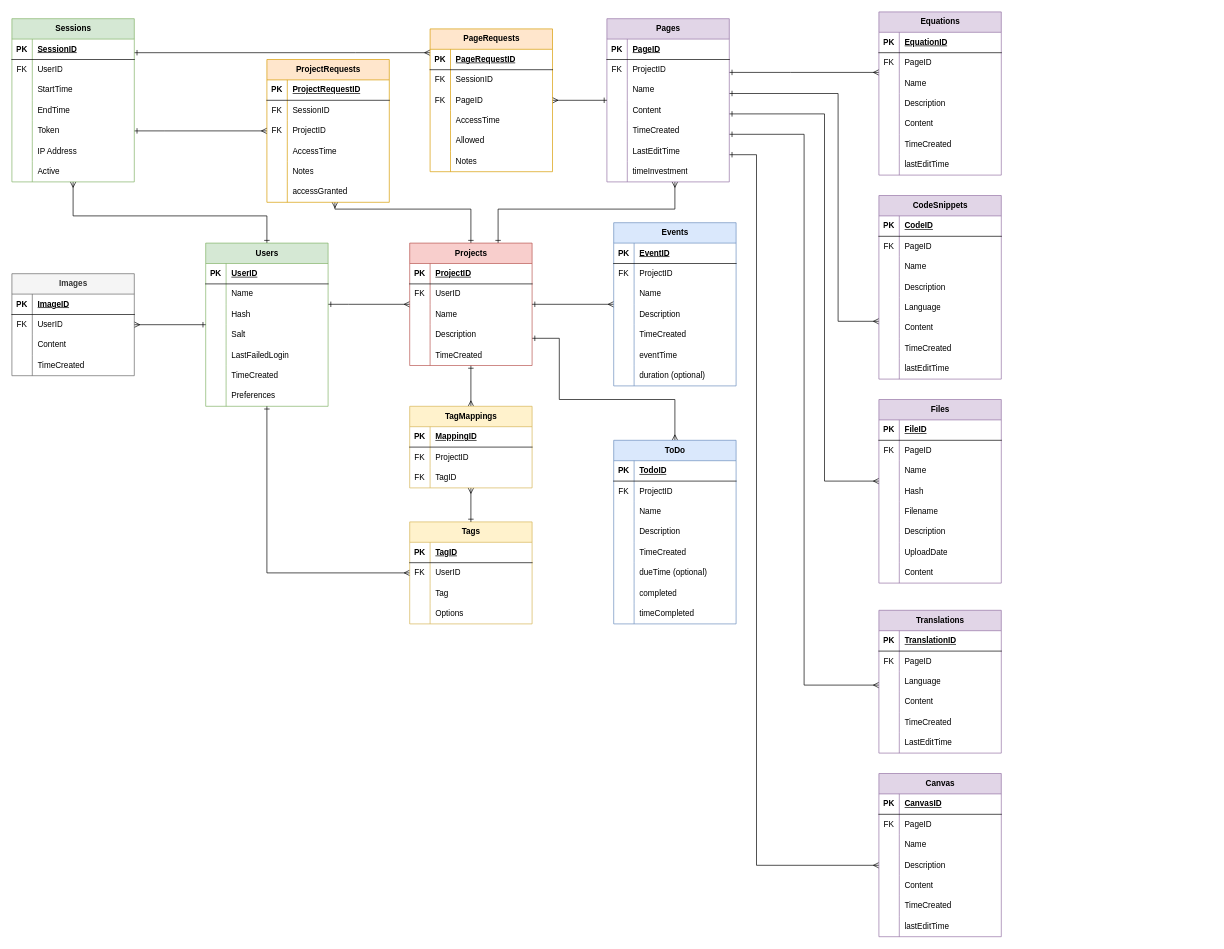
The draw.io diagram assets/ERD.drawio in Maple-Lazuli/one-place-v3, before the edit. Source tidied: cells renumbered, new cells numbered last; positions are measured from the earlier drawing's top-left corner, leaving out a move shared by most shapes. Both pictures are drawn from the tidied source at 68%, with x=0, y=0 at pixel (12, 12).
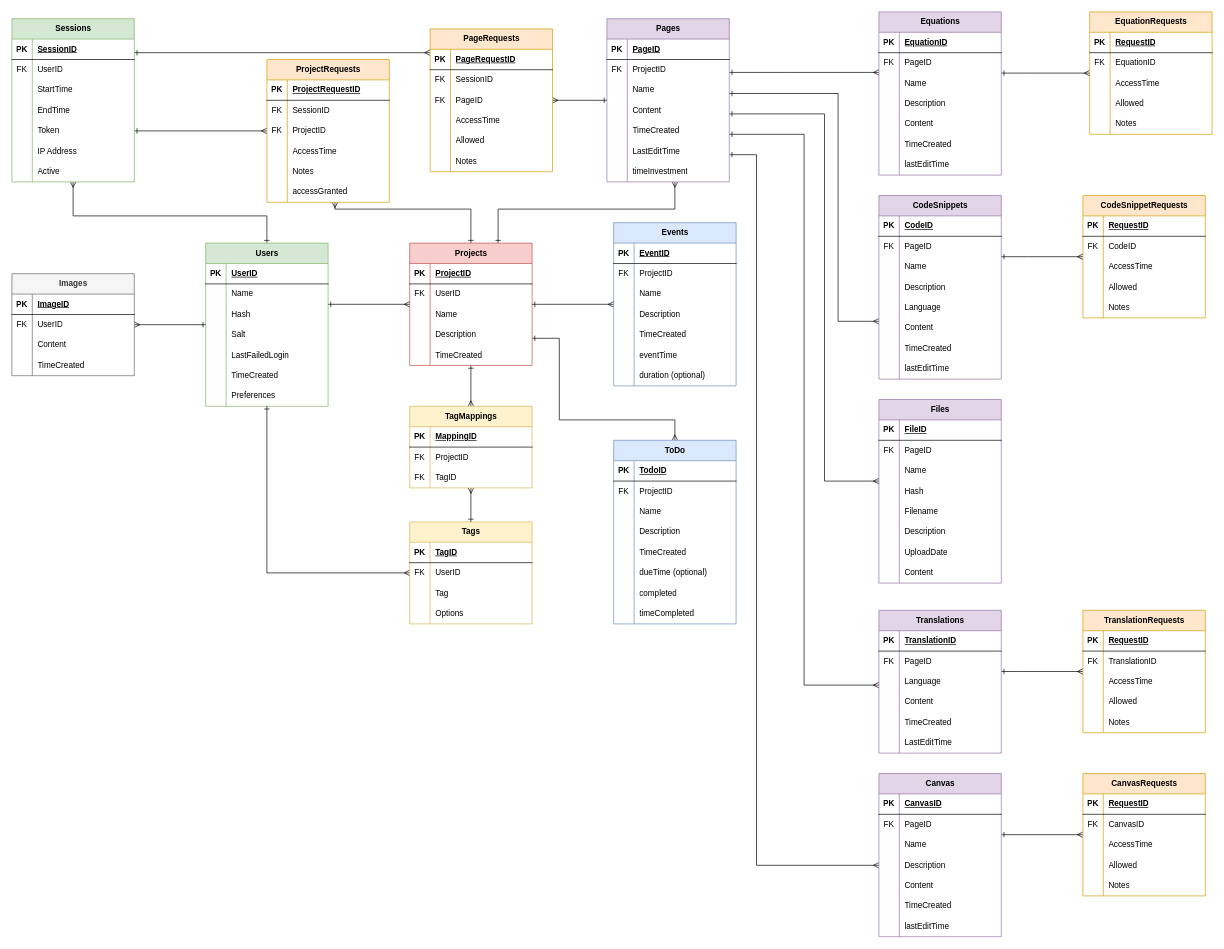
After the change.

Commit message (it also covers changes not shown here):
updated the erd, init sql, and started updated the logging

The change refers to these unchanged cells:
```xml
<mxCell id="81" value="Projects" style="shape=table;startSize=30;childLayout=tableLayout;rowLines=0;fontStyle=1;align=center;html=1;fillColor=#f8cecc;strokeColor=#b85450;" parent="1" vertex="1">
  <mxGeometry x="585" y="340" width="180" height="180" as="geometry" />
</mxCell>
<mxCell id="122" value="CodeSnippets" style="shape=table;startSize=30;childLayout=tableLayout;rowLines=0;fontStyle=1;align=center;html=1;fillColor=#e1d5e7;strokeColor=#9673a6;" parent="1" vertex="1">
  <mxGeometry x="1275" y="270" width="180" height="270" as="geometry" />
</mxCell>
<mxCell id="147" value="Equations" style="shape=table;startSize=30;childLayout=tableLayout;rowLines=0;fontStyle=1;align=center;html=1;fillColor=#e1d5e7;strokeColor=#9673a6;" parent="1" vertex="1">
  <mxGeometry x="1275" width="180" height="240" as="geometry" />
</mxCell>
<mxCell id="231" value="ToDo" style="shape=table;startSize=30;childLayout=tableLayout;rowLines=0;fontStyle=1;align=center;html=1;fillColor=#dae8fc;strokeColor=#6c8ebf;" parent="1" vertex="1">
  <mxGeometry x="885" y="630" width="180" height="270" as="geometry" />
</mxCell>
<mxCell id="295" value="Translations" style="shape=table;startSize=30;childLayout=tableLayout;rowLines=0;fontStyle=1;align=center;html=1;fillColor=#e1d5e7;strokeColor=#9673a6;" parent="1" vertex="1">
  <mxGeometry x="1275" y="880" width="180" height="210" as="geometry" />
</mxCell>
<mxCell id="314" value="Canvas" style="shape=table;startSize=30;childLayout=tableLayout;rowLines=0;fontStyle=1;align=center;html=1;fillColor=#e1d5e7;strokeColor=#9673a6;" parent="1" vertex="1">
  <mxGeometry x="1275" y="1120" width="180" height="240" as="geometry" />
</mxCell>
```

The edit, as a diff of the source:
```diff
@@
     <mxCell id="79" style="edgeStyle=orthogonalEdgeStyle;rounded=0;jettySize=auto;html=1;endArrow=ERmany;endFill=0;startArrow=ERone;startFill=0;" parent="1" edge="1" source="81" target="231">
       <mxGeometry relative="1" as="geometry">
         <Array as="points">
           <mxPoint x="805" y="480" />
-          <mxPoint x="805" y="570" />
-          <mxPoint x="975" y="570" />
+          <mxPoint x="805" y="600" />
+          <mxPoint x="975" y="600" />
         </Array>
       </mxGeometry>
     </mxCell>
@@
+    <mxCell id="336" style="edgeStyle=orthogonalEdgeStyle;rounded=0;jettySize=auto;html=1;endArrow=ERmany;endFill=0;startArrow=ERone;startFill=0;" parent="1" edge="1" source="122" target="356">
+      <mxGeometry relative="1" as="geometry">
+        <Array as="points">
+          <mxPoint x="1495" y="360" />
+          <mxPoint x="1495" y="360" />
+        </Array>
+      </mxGeometry>
+    </mxCell>
@@
+    <mxCell id="337" style="edgeStyle=orthogonalEdgeStyle;rounded=0;jettySize=auto;html=1;endArrow=ERmany;endFill=0;startArrow=ERone;startFill=0;" parent="1" edge="1" source="147" target="340">
+      <mxGeometry relative="1" as="geometry">
+        <Array as="points">
+          <mxPoint x="1495" y="90" />
+          <mxPoint x="1495" y="90" />
+        </Array>
+      </mxGeometry>
+    </mxCell>
@@
+    <mxCell id="338" style="edgeStyle=orthogonalEdgeStyle;rounded=0;jettySize=auto;html=1;endArrow=ERmany;endFill=0;startArrow=ERone;startFill=0;" parent="1" edge="1" source="295" target="372">
+      <mxGeometry relative="1" as="geometry">
+        <Array as="points">
+          <mxPoint x="1485" y="970" />
+          <mxPoint x="1485" y="970" />
+        </Array>
+      </mxGeometry>
+    </mxCell>
@@
+    <mxCell id="339" style="edgeStyle=orthogonalEdgeStyle;rounded=0;jettySize=auto;html=1;endArrow=ERmany;endFill=0;startArrow=ERone;startFill=0;" parent="1" edge="1" source="314" target="388">
+      <mxGeometry relative="1" as="geometry">
+        <Array as="points">
+          <mxPoint x="1485" y="1210" />
+          <mxPoint x="1485" y="1210" />
+        </Array>
+      </mxGeometry>
+    </mxCell>
@@
+    <mxCell id="340" value="EquationRequests" style="shape=table;startSize=30;childLayout=tableLayout;rowLines=0;fontStyle=1;align=center;html=1;fillColor=#ffe6cc;strokeColor=#d79b00;" parent="1" vertex="1">
+      <mxGeometry x="1585" width="180" height="180" as="geometry" />
+    </mxCell>
+    <mxCell id="341" style="shape=tableRow;horizontal=0;startSize=0;swimlaneHead=0;swimlaneBody=0;fillColor=none;top=0;left=0;right=0;bottom=1;" parent="340" vertex="1">
+      <mxGeometry y="30" width="180" height="30" as="geometry" />
+    </mxCell>
+    <mxCell id="342" value="PK" style="shape=partialRectangle;fillColor=none;top=0;left=0;bottom=0;right=0;fontStyle=1;overflow=hidden;whiteSpace=wrap;html=1;" parent="341" vertex="1">
+      <mxGeometry width="30" height="30" as="geometry" />
+    </mxCell>
+    <mxCell id="343" value="RequestID" style="shape=partialRectangle;fillColor=none;top=0;left=0;bottom=0;right=0;align=left;spacingLeft=6;fontStyle=5;overflow=hidden;whiteSpace=wrap;html=1;" parent="341" vertex="1">
+      <mxGeometry x="30" width="150" height="30" as="geometry" />
+    </mxCell>
+    <mxCell id="344" style="shape=tableRow;horizontal=0;startSize=0;swimlaneHead=0;swimlaneBody=0;fillColor=none;top=0;left=0;right=0;bottom=0;" parent="340" vertex="1">
+      <mxGeometry y="60" width="180" height="30" as="geometry" />
+    </mxCell>
+    <mxCell id="345" value="FK" style="shape=partialRectangle;fillColor=none;top=0;left=0;bottom=0;right=0;overflow=hidden;whiteSpace=wrap;html=1;" parent="344" vertex="1">
+      <mxGeometry width="30" height="30" as="geometry" />
+    </mxCell>
+    <mxCell id="346" value="EquationID" style="shape=partialRectangle;fillColor=none;top=0;left=0;bottom=0;right=0;align=left;spacingLeft=6;overflow=hidden;whiteSpace=wrap;html=1;" parent="344" vertex="1">
+      <mxGeometry x="30" width="150" height="30" as="geometry" />
+    </mxCell>
+    <mxCell id="347" style="shape=tableRow;horizontal=0;startSize=0;swimlaneHead=0;swimlaneBody=0;fillColor=none;top=0;left=0;right=0;bottom=0;" parent="340" vertex="1">
+      <mxGeometry y="90" width="180" height="30" as="geometry" />
+    </mxCell>
+    <mxCell id="348" style="shape=partialRectangle;fillColor=none;top=0;left=0;bottom=0;right=0;overflow=hidden;whiteSpace=wrap;html=1;" parent="347" vertex="1">
+      <mxGeometry width="30" height="30" as="geometry" />
+    </mxCell>
+    <mxCell id="349" value="AccessTime" style="shape=partialRectangle;fillColor=none;top=0;left=0;bottom=0;right=0;align=left;spacingLeft=6;overflow=hidden;whiteSpace=wrap;html=1;" parent="347" vertex="1">
+      <mxGeometry x="30" width="150" height="30" as="geometry" />
+    </mxCell>
+    <mxCell id="350" style="shape=tableRow;horizontal=0;startSize=0;swimlaneHead=0;swimlaneBody=0;fillColor=none;top=0;left=0;right=0;bottom=0;" parent="340" vertex="1">
+      <mxGeometry y="120" width="180" height="30" as="geometry" />
+    </mxCell>
+    <mxCell id="351" style="shape=partialRectangle;fillColor=none;top=0;left=0;bottom=0;right=0;overflow=hidden;whiteSpace=wrap;html=1;" parent="350" vertex="1">
+      <mxGeometry width="30" height="30" as="geometry" />
+    </mxCell>
+    <mxCell id="352" value="Allowed" style="shape=partialRectangle;fillColor=none;top=0;left=0;bottom=0;right=0;align=left;spacingLeft=6;overflow=hidden;whiteSpace=wrap;html=1;" parent="350" vertex="1">
+      <mxGeometry x="30" width="150" height="30" as="geometry" />
+    </mxCell>
+    <mxCell id="353" style="shape=tableRow;horizontal=0;startSize=0;swimlaneHead=0;swimlaneBody=0;fillColor=none;top=0;left=0;right=0;bottom=0;" parent="340" vertex="1">
+      <mxGeometry y="150" width="180" height="30" as="geometry" />
+    </mxCell>
+    <mxCell id="354" style="shape=partialRectangle;fillColor=none;top=0;left=0;bottom=0;right=0;overflow=hidden;whiteSpace=wrap;html=1;" parent="353" vertex="1">
+      <mxGeometry width="30" height="30" as="geometry" />
+    </mxCell>
+    <mxCell id="355" value="Notes" style="shape=partialRectangle;fillColor=none;top=0;left=0;bottom=0;right=0;align=left;spacingLeft=6;overflow=hidden;whiteSpace=wrap;html=1;" parent="353" vertex="1">
+      <mxGeometry x="30" width="150" height="30" as="geometry" />
+    </mxCell>
+    <mxCell id="356" value="CodeSnippetRequests" style="shape=table;startSize=30;childLayout=tableLayout;rowLines=0;fontStyle=1;align=center;html=1;fillColor=#ffe6cc;strokeColor=#d79b00;" parent="1" vertex="1">
+      <mxGeometry x="1575" y="270" width="180" height="180" as="geometry" />
+    </mxCell>
+    <mxCell id="357" style="shape=tableRow;horizontal=0;startSize=0;swimlaneHead=0;swimlaneBody=0;fillColor=none;top=0;left=0;right=0;bottom=1;" parent="356" vertex="1">
+      <mxGeometry y="30" width="180" height="30" as="geometry" />
+    </mxCell>
+    <mxCell id="358" value="PK" style="shape=partialRectangle;fillColor=none;top=0;left=0;bottom=0;right=0;fontStyle=1;overflow=hidden;whiteSpace=wrap;html=1;" parent="357" vertex="1">
+      <mxGeometry width="30" height="30" as="geometry" />
+    </mxCell>
+    <mxCell id="359" value="RequestID" style="shape=partialRectangle;fillColor=none;top=0;left=0;bottom=0;right=0;align=left;spacingLeft=6;fontStyle=5;overflow=hidden;whiteSpace=wrap;html=1;" parent="357" vertex="1">
+      <mxGeometry x="30" width="150" height="30" as="geometry" />
+    </mxCell>
+    <mxCell id="360" style="shape=tableRow;horizontal=0;startSize=0;swimlaneHead=0;swimlaneBody=0;fillColor=none;top=0;left=0;right=0;bottom=0;" parent="356" vertex="1">
+      <mxGeometry y="60" width="180" height="30" as="geometry" />
+    </mxCell>
+    <mxCell id="361" value="FK" style="shape=partialRectangle;fillColor=none;top=0;left=0;bottom=0;right=0;overflow=hidden;whiteSpace=wrap;html=1;" parent="360" vertex="1">
+      <mxGeometry width="30" height="30" as="geometry" />
+    </mxCell>
+    <mxCell id="362" value="CodeID" style="shape=partialRectangle;fillColor=none;top=0;left=0;bottom=0;right=0;align=left;spacingLeft=6;overflow=hidden;whiteSpace=wrap;html=1;" parent="360" vertex="1">
+      <mxGeometry x="30" width="150" height="30" as="geometry" />
+    </mxCell>
+    <mxCell id="363" style="shape=tableRow;horizontal=0;startSize=0;swimlaneHead=0;swimlaneBody=0;fillColor=none;top=0;left=0;right=0;bottom=0;" parent="356" vertex="1">
+      <mxGeometry y="90" width="180" height="30" as="geometry" />
+    </mxCell>
+    <mxCell id="364" style="shape=partialRectangle;fillColor=none;top=0;left=0;bottom=0;right=0;overflow=hidden;whiteSpace=wrap;html=1;" parent="363" vertex="1">
+      <mxGeometry width="30" height="30" as="geometry" />
+    </mxCell>
+    <mxCell id="365" value="AccessTime" style="shape=partialRectangle;fillColor=none;top=0;left=0;bottom=0;right=0;align=left;spacingLeft=6;overflow=hidden;whiteSpace=wrap;html=1;" parent="363" vertex="1">
+      <mxGeometry x="30" width="150" height="30" as="geometry" />
+    </mxCell>
+    <mxCell id="366" style="shape=tableRow;horizontal=0;startSize=0;swimlaneHead=0;swimlaneBody=0;fillColor=none;top=0;left=0;right=0;bottom=0;" parent="356" vertex="1">
+      <mxGeometry y="120" width="180" height="30" as="geometry" />
+    </mxCell>
+    <mxCell id="367" style="shape=partialRectangle;fillColor=none;top=0;left=0;bottom=0;right=0;overflow=hidden;whiteSpace=wrap;html=1;" parent="366" vertex="1">
+      <mxGeometry width="30" height="30" as="geometry" />
+    </mxCell>
+    <mxCell id="368" value="Allowed" style="shape=partialRectangle;fillColor=none;top=0;left=0;bottom=0;right=0;align=left;spacingLeft=6;overflow=hidden;whiteSpace=wrap;html=1;" parent="366" vertex="1">
+      <mxGeometry x="30" width="150" height="30" as="geometry" />
+    </mxCell>
+    <mxCell id="369" style="shape=tableRow;horizontal=0;startSize=0;swimlaneHead=0;swimlaneBody=0;fillColor=none;top=0;left=0;right=0;bottom=0;" parent="356" vertex="1">
+      <mxGeometry y="150" width="180" height="30" as="geometry" />
+    </mxCell>
+    <mxCell id="370" style="shape=partialRectangle;fillColor=none;top=0;left=0;bottom=0;right=0;overflow=hidden;whiteSpace=wrap;html=1;" parent="369" vertex="1">
+      <mxGeometry width="30" height="30" as="geometry" />
+    </mxCell>
+    <mxCell id="371" value="Notes" style="shape=partialRectangle;fillColor=none;top=0;left=0;bottom=0;right=0;align=left;spacingLeft=6;overflow=hidden;whiteSpace=wrap;html=1;" parent="369" vertex="1">
+      <mxGeometry x="30" width="150" height="30" as="geometry" />
+    </mxCell>
+    <mxCell id="372" value="TranslationRequests" style="shape=table;startSize=30;childLayout=tableLayout;rowLines=0;fontStyle=1;align=center;html=1;fillColor=#ffe6cc;strokeColor=#d79b00;" parent="1" vertex="1">
+      <mxGeometry x="1575" y="880" width="180" height="180" as="geometry" />
+    </mxCell>
+    <mxCell id="373" style="shape=tableRow;horizontal=0;startSize=0;swimlaneHead=0;swimlaneBody=0;fillColor=none;top=0;left=0;right=0;bottom=1;" parent="372" vertex="1">
+      <mxGeometry y="30" width="180" height="30" as="geometry" />
+    </mxCell>
+    <mxCell id="374" value="PK" style="shape=partialRectangle;fillColor=none;top=0;left=0;bottom=0;right=0;fontStyle=1;overflow=hidden;whiteSpace=wrap;html=1;" parent="373" vertex="1">
+      <mxGeometry width="30" height="30" as="geometry" />
+    </mxCell>
+    <mxCell id="375" value="RequestID" style="shape=partialRectangle;fillColor=none;top=0;left=0;bottom=0;right=0;align=left;spacingLeft=6;fontStyle=5;overflow=hidden;whiteSpace=wrap;html=1;" parent="373" vertex="1">
+      <mxGeometry x="30" width="150" height="30" as="geometry" />
+    </mxCell>
+    <mxCell id="376" style="shape=tableRow;horizontal=0;startSize=0;swimlaneHead=0;swimlaneBody=0;fillColor=none;top=0;left=0;right=0;bottom=0;" parent="372" vertex="1">
+      <mxGeometry y="60" width="180" height="30" as="geometry" />
+    </mxCell>
+    <mxCell id="377" value="FK" style="shape=partialRectangle;fillColor=none;top=0;left=0;bottom=0;right=0;overflow=hidden;whiteSpace=wrap;html=1;" parent="376" vertex="1">
+      <mxGeometry width="30" height="30" as="geometry" />
+    </mxCell>
+    <mxCell id="378" value="TranslationID" style="shape=partialRectangle;fillColor=none;top=0;left=0;bottom=0;right=0;align=left;spacingLeft=6;overflow=hidden;whiteSpace=wrap;html=1;" parent="376" vertex="1">
+      <mxGeometry x="30" width="150" height="30" as="geometry" />
+    </mxCell>
+    <mxCell id="379" style="shape=tableRow;horizontal=0;startSize=0;swimlaneHead=0;swimlaneBody=0;fillColor=none;top=0;left=0;right=0;bottom=0;" parent="372" vertex="1">
+      <mxGeometry y="90" width="180" height="30" as="geometry" />
+    </mxCell>
+    <mxCell id="380" style="shape=partialRectangle;fillColor=none;top=0;left=0;bottom=0;right=0;overflow=hidden;whiteSpace=wrap;html=1;" parent="379" vertex="1">
+      <mxGeometry width="30" height="30" as="geometry" />
+    </mxCell>
+    <mxCell id="381" value="AccessTime" style="shape=partialRectangle;fillColor=none;top=0;left=0;bottom=0;right=0;align=left;spacingLeft=6;overflow=hidden;whiteSpace=wrap;html=1;" parent="379" vertex="1">
+      <mxGeometry x="30" width="150" height="30" as="geometry" />
+    </mxCell>
+    <mxCell id="382" style="shape=tableRow;horizontal=0;startSize=0;swimlaneHead=0;swimlaneBody=0;fillColor=none;top=0;left=0;right=0;bottom=0;" parent="372" vertex="1">
+      <mxGeometry y="120" width="180" height="30" as="geometry" />
+    </mxCell>
+    <mxCell id="383" style="shape=partialRectangle;fillColor=none;top=0;left=0;bottom=0;right=0;overflow=hidden;whiteSpace=wrap;html=1;" parent="382" vertex="1">
+      <mxGeometry width="30" height="30" as="geometry" />
+    </mxCell>
+    <mxCell id="384" value="Allowed" style="shape=partialRectangle;fillColor=none;top=0;left=0;bottom=0;right=0;align=left;spacingLeft=6;overflow=hidden;whiteSpace=wrap;html=1;" parent="382" vertex="1">
+      <mxGeometry x="30" width="150" height="30" as="geometry" />
+    </mxCell>
+    <mxCell id="385" style="shape=tableRow;horizontal=0;startSize=0;swimlaneHead=0;swimlaneBody=0;fillColor=none;top=0;left=0;right=0;bottom=0;" parent="372" vertex="1">
+      <mxGeometry y="150" width="180" height="30" as="geometry" />
+    </mxCell>
+    <mxCell id="386" style="shape=partialRectangle;fillColor=none;top=0;left=0;bottom=0;right=0;overflow=hidden;whiteSpace=wrap;html=1;" parent="385" vertex="1">
+      <mxGeometry width="30" height="30" as="geometry" />
+    </mxCell>
+    <mxCell id="387" value="Notes" style="shape=partialRectangle;fillColor=none;top=0;left=0;bottom=0;right=0;align=left;spacingLeft=6;overflow=hidden;whiteSpace=wrap;html=1;" parent="385" vertex="1">
+      <mxGeometry x="30" width="150" height="30" as="geometry" />
+    </mxCell>
+    <mxCell id="388" value="CanvasRequests" style="shape=table;startSize=30;childLayout=tableLayout;rowLines=0;fontStyle=1;align=center;html=1;fillColor=#ffe6cc;strokeColor=#d79b00;" parent="1" vertex="1">
+      <mxGeometry x="1575" y="1120" width="180" height="180" as="geometry" />
+    </mxCell>
+    <mxCell id="389" style="shape=tableRow;horizontal=0;startSize=0;swimlaneHead=0;swimlaneBody=0;fillColor=none;top=0;left=0;right=0;bottom=1;" parent="388" vertex="1">
+      <mxGeometry y="30" width="180" height="30" as="geometry" />
+    </mxCell>
+    <mxCell id="390" value="PK" style="shape=partialRectangle;fillColor=none;top=0;left=0;bottom=0;right=0;fontStyle=1;overflow=hidden;whiteSpace=wrap;html=1;" parent="389" vertex="1">
+      <mxGeometry width="30" height="30" as="geometry" />
+    </mxCell>
+    <mxCell id="391" value="RequestID" style="shape=partialRectangle;fillColor=none;top=0;left=0;bottom=0;right=0;align=left;spacingLeft=6;fontStyle=5;overflow=hidden;whiteSpace=wrap;html=1;" parent="389" vertex="1">
+      <mxGeometry x="30" width="150" height="30" as="geometry" />
+    </mxCell>
+    <mxCell id="392" style="shape=tableRow;horizontal=0;startSize=0;swimlaneHead=0;swimlaneBody=0;fillColor=none;top=0;left=0;right=0;bottom=0;" parent="388" vertex="1">
+      <mxGeometry y="60" width="180" height="30" as="geometry" />
+    </mxCell>
+    <mxCell id="393" value="FK" style="shape=partialRectangle;fillColor=none;top=0;left=0;bottom=0;right=0;overflow=hidden;whiteSpace=wrap;html=1;" parent="392" vertex="1">
+      <mxGeometry width="30" height="30" as="geometry" />
+    </mxCell>
+    <mxCell id="394" value="CanvasID" style="shape=partialRectangle;fillColor=none;top=0;left=0;bottom=0;right=0;align=left;spacingLeft=6;overflow=hidden;whiteSpace=wrap;html=1;" parent="392" vertex="1">
+      <mxGeometry x="30" width="150" height="30" as="geometry" />
+    </mxCell>
+    <mxCell id="395" style="shape=tableRow;horizontal=0;startSize=0;swimlaneHead=0;swimlaneBody=0;fillColor=none;top=0;left=0;right=0;bottom=0;" parent="388" vertex="1">
+      <mxGeometry y="90" width="180" height="30" as="geometry" />
+    </mxCell>
+    <mxCell id="396" style="shape=partialRectangle;fillColor=none;top=0;left=0;bottom=0;right=0;overflow=hidden;whiteSpace=wrap;html=1;" parent="395" vertex="1">
+      <mxGeometry width="30" height="30" as="geometry" />
+    </mxCell>
+    <mxCell id="397" value="AccessTime" style="shape=partialRectangle;fillColor=none;top=0;left=0;bottom=0;right=0;align=left;spacingLeft=6;overflow=hidden;whiteSpace=wrap;html=1;" parent="395" vertex="1">
+      <mxGeometry x="30" width="150" height="30" as="geometry" />
+    </mxCell>
+    <mxCell id="398" style="shape=tableRow;horizontal=0;startSize=0;swimlaneHead=0;swimlaneBody=0;fillColor=none;top=0;left=0;right=0;bottom=0;" parent="388" vertex="1">
+      <mxGeometry y="120" width="180" height="30" as="geometry" />
+    </mxCell>
+    <mxCell id="399" style="shape=partialRectangle;fillColor=none;top=0;left=0;bottom=0;right=0;overflow=hidden;whiteSpace=wrap;html=1;" parent="398" vertex="1">
+      <mxGeometry width="30" height="30" as="geometry" />
+    </mxCell>
+    <mxCell id="400" value="Allowed" style="shape=partialRectangle;fillColor=none;top=0;left=0;bottom=0;right=0;align=left;spacingLeft=6;overflow=hidden;whiteSpace=wrap;html=1;" parent="398" vertex="1">
+      <mxGeometry x="30" width="150" height="30" as="geometry" />
+    </mxCell>
+    <mxCell id="401" style="shape=tableRow;horizontal=0;startSize=0;swimlaneHead=0;swimlaneBody=0;fillColor=none;top=0;left=0;right=0;bottom=0;" parent="388" vertex="1">
+      <mxGeometry y="150" width="180" height="30" as="geometry" />
+    </mxCell>
+    <mxCell id="402" style="shape=partialRectangle;fillColor=none;top=0;left=0;bottom=0;right=0;overflow=hidden;whiteSpace=wrap;html=1;" parent="401" vertex="1">
+      <mxGeometry width="30" height="30" as="geometry" />
+    </mxCell>
+    <mxCell id="403" value="Notes" style="shape=partialRectangle;fillColor=none;top=0;left=0;bottom=0;right=0;align=left;spacingLeft=6;overflow=hidden;whiteSpace=wrap;html=1;" parent="401" vertex="1">
+      <mxGeometry x="30" width="150" height="30" as="geometry" />
+    </mxCell>
```
